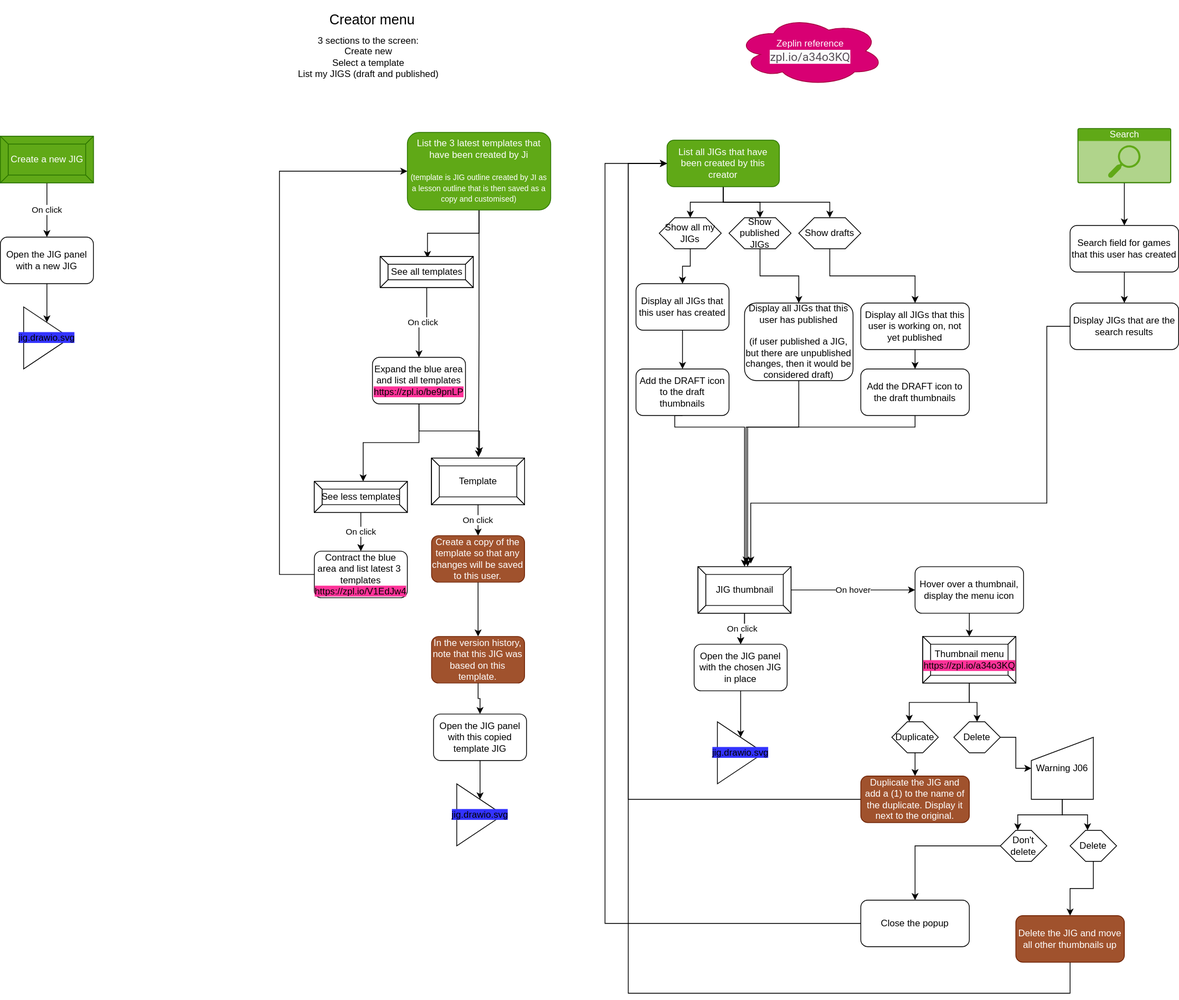
Earlier version of the draw.io export jig/creator-menu.drawio.svg (ji-devs/ji-cloud-flowcharts). Source tidied: cells renumbered, new cells last; positions are measured from the earlier drawing's top-left corner, leaving out a move shared by most shapes.
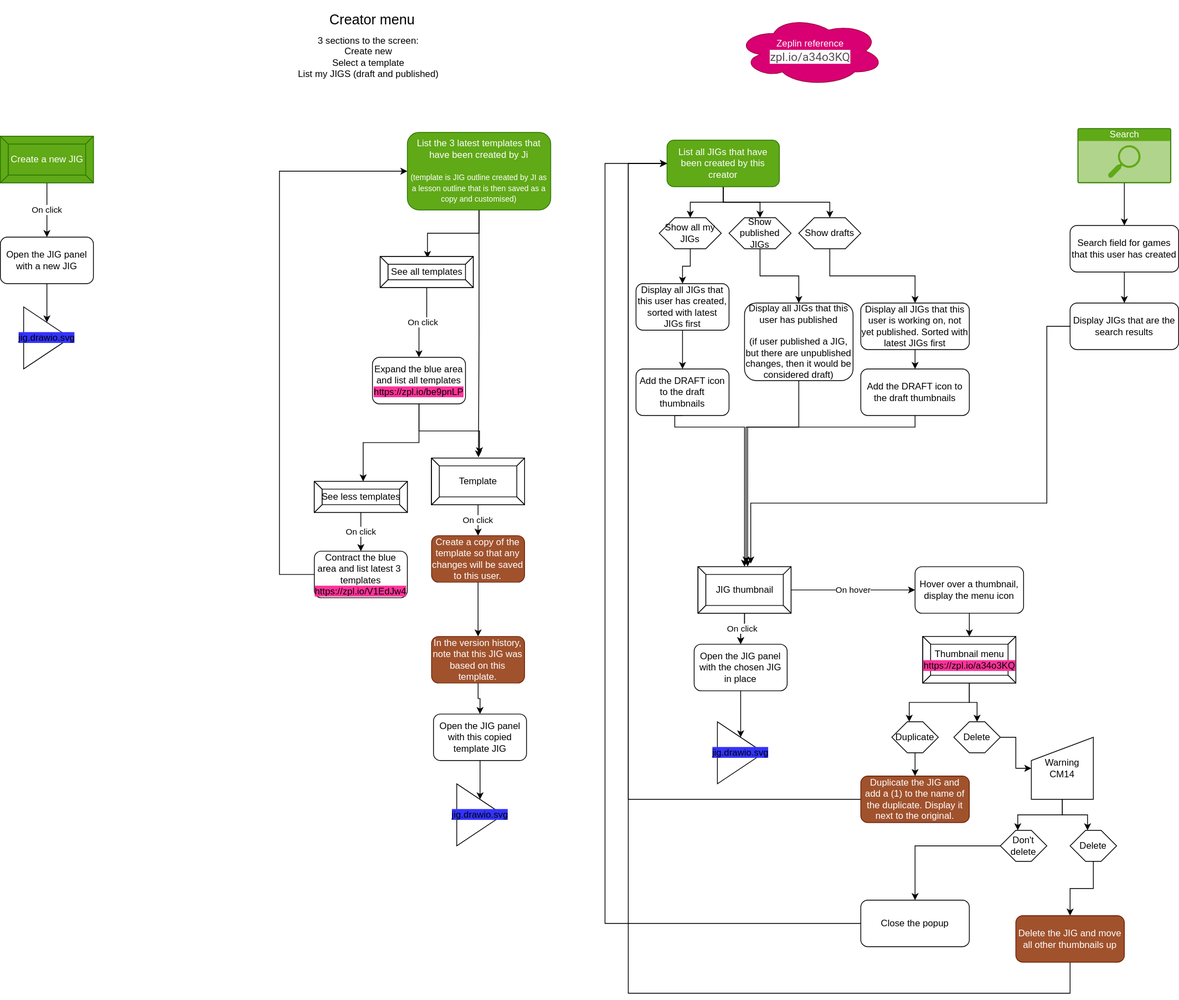
After the change.

Commit message:
Correction of text references

What changed in the source:
```diff
@@ -121,7 +121,7 @@
         </Array>
       </mxGeometry>
     </mxCell>
-    <mxCell id="39" value="Display all JIGs that this user has created" style="rounded=1;whiteSpace=wrap;html=1;" parent="1" vertex="1">
+    <mxCell id="39" value="Display all JIGs that this user has created, sorted with latest JIGs first" style="rounded=1;whiteSpace=wrap;html=1;" parent="1" vertex="1">
       <mxGeometry x="820" y="365" width="120" height="60" as="geometry" />
     </mxCell>
     <mxCell id="40" style="edgeStyle=orthogonalEdgeStyle;rounded=0;jettySize=auto;html=1;entryX=0.517;entryY=-0.067;entryDx=0;entryDy=0;entryPerimeter=0;" parent="1" edge="1" source="41" target="12">
@@ -145,7 +145,7 @@
     <mxCell id="43" style="edgeStyle=orthogonalEdgeStyle;rounded=0;jettySize=auto;html=1;" parent="1" edge="1" source="44" target="83">
       <mxGeometry relative="1" as="geometry" />
     </mxCell>
-    <mxCell id="44" value="Display all JIGs that this user is working on, not yet published&amp;nbsp;" style="rounded=1;whiteSpace=wrap;html=1;" parent="1" vertex="1">
+    <mxCell id="44" value="Display all JIGs that this user is working on, not yet published. Sorted with latest JIGs first&lt;br&gt;&amp;nbsp;" style="rounded=1;whiteSpace=wrap;html=1;" parent="1" vertex="1">
       <mxGeometry x="1110" y="390" width="140" height="60" as="geometry" />
     </mxCell>
     <mxCell id="45" style="edgeStyle=orthogonalEdgeStyle;rounded=0;jettySize=auto;html=1;" parent="1" edge="1" source="46" target="47">
@@ -250,7 +250,7 @@
     <mxCell id="73" style="edgeStyle=orthogonalEdgeStyle;rounded=0;jettySize=auto;html=1;entryX=0.375;entryY=0;entryDx=0;entryDy=0;" parent="1" edge="1" source="74" target="78">
       <mxGeometry relative="1" as="geometry" />
     </mxCell>
-    <mxCell id="74" value="Warning J06" style="shape=manualInput;whiteSpace=wrap;html=1;" parent="1" vertex="1">
+    <mxCell id="74" value="Warning CM14" style="shape=manualInput;whiteSpace=wrap;html=1;" parent="1" vertex="1">
       <mxGeometry x="1330" y="950" width="80" height="80" as="geometry" />
     </mxCell>
     <mxCell id="75" style="edgeStyle=orthogonalEdgeStyle;rounded=0;jettySize=auto;html=1;entryX=0.5;entryY=0;entryDx=0;entryDy=0;" parent="1" edge="1" source="76" target="82">
```
